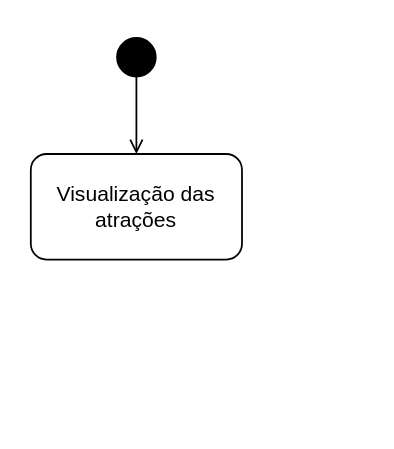
The draw.io diagram Diagrama de atividade - Favoritar atração.drawio in JudilenaGalvao/Projeto-POO, before the edit. Source tidied: cells renumbered, new cells numbered last; positions are measured from the earlier drawing's top-left corner, leaving out a move shared by most shapes. Both pictures are drawn from the tidied source at 176%, with x=0, y=0 at pixel (30, 30).
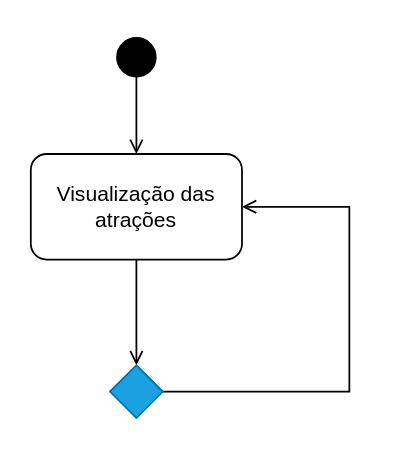
The same page after the edit.

The edit, as a diff of the source:
```diff
@@
 <mxGraphModel>
   <root>
     <mxCell id="0" />
     <mxCell id="1" parent="0" />
     <mxCell id="2" style="edgeStyle=orthogonalEdgeStyle;rounded=0;jettySize=auto;html=1;exitX=0.5;exitY=0.8;exitDx=0;exitDy=0;entryX=0.5;entryY=0;entryDx=0;entryDy=0;exitPerimeter=0;endArrow=open;endFill=0;" parent="1" edge="1" source="3" target="4">
       <mxGeometry relative="1" as="geometry" />
     </mxCell>
     <mxCell id="3" style="ellipse;html=1;shape=startState;fillColor=#000000;strokeColor=#000000;" parent="1" vertex="1">
       <mxGeometry x="45" width="30" height="30" as="geometry" />
     </mxCell>
+    <mxCell id="5" style="edgeStyle=orthogonalEdgeStyle;shape=connector;rounded=0;jettySize=auto;html=1;exitX=0.5;exitY=1;exitDx=0;exitDy=0;entryX=0.5;entryY=0;entryDx=0;entryDy=0;labelBackgroundColor=default;strokeColor=default;fontFamily=Helvetica;fontSize=11;fontColor=default;endArrow=open;endFill=0;" parent="1" edge="1" source="4" target="7">
+      <mxGeometry relative="1" as="geometry" />
+    </mxCell>
     <mxCell id="4" value="Visualização das atrações" style="rounded=1;whiteSpace=wrap;html=1;" parent="1" vertex="1">
       <mxGeometry y="70" width="120" height="60" as="geometry" />
     </mxCell>
+    <mxCell id="6" style="edgeStyle=orthogonalEdgeStyle;shape=connector;rounded=0;jettySize=auto;html=1;exitX=1;exitY=0.5;exitDx=0;exitDy=0;entryX=1;entryY=0.5;entryDx=0;entryDy=0;labelBackgroundColor=default;strokeColor=default;fontFamily=Helvetica;fontSize=11;fontColor=default;endArrow=open;endFill=0;" parent="1" edge="1" source="7" target="4">
+      <mxGeometry relative="1" as="geometry">
+        <Array as="points">
+          <mxPoint x="181" y="205" />
+          <mxPoint x="181" y="100" />
+        </Array>
+      </mxGeometry>
+    </mxCell>
+    <mxCell id="7" style="rhombus;whiteSpace=wrap;html=1;fillColor=#1ba1e2;strokeColor=#006EAF;fontColor=#ffffff;" parent="1" vertex="1">
+      <mxGeometry x="45" y="190" width="30" height="30" as="geometry" />
+    </mxCell>
   </root>
 </mxGraphModel>
```
